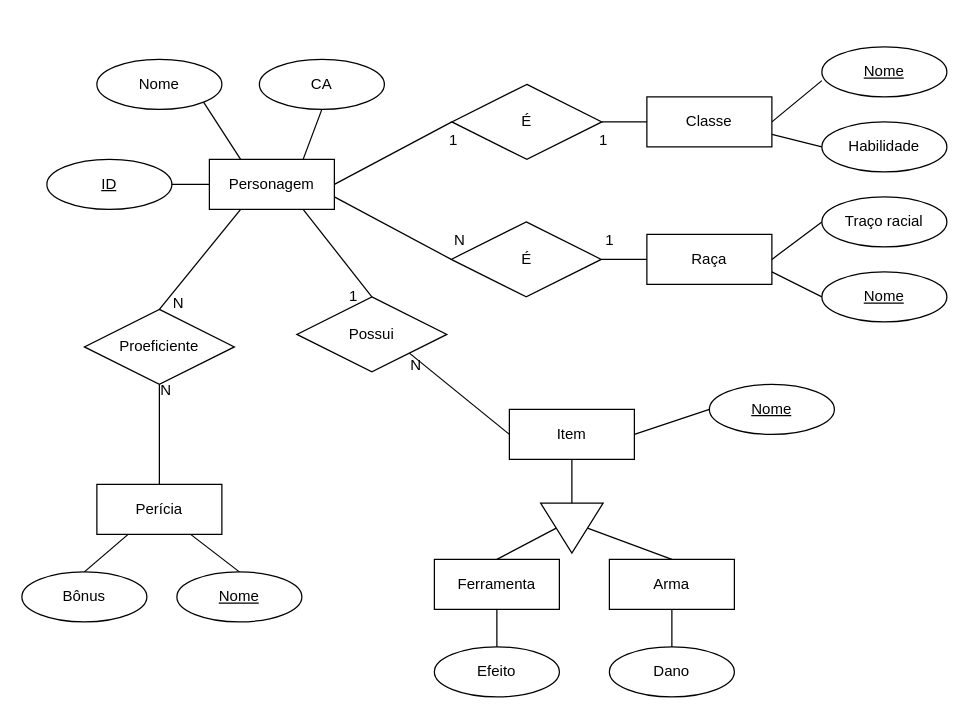
Above: databaseSQL/db.drawio in ArthurOpenheimer/JavaQuest (draw.io), before the change. Source tidied: cells renumbered, new cells numbered last; positions are measured from the earlier drawing's top-left corner, leaving out a move shared by most shapes. Both pictures are drawn from the tidied source at 125%, with x=0, y=0 at pixel (21, 46).
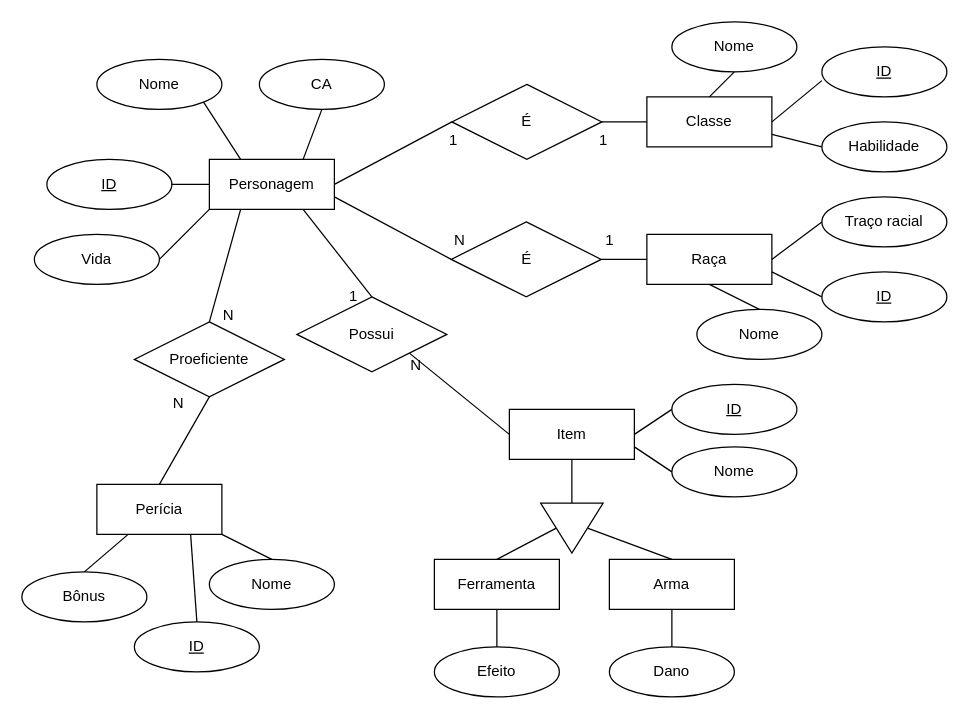
The same diagram, later.

The change refers to these unchanged cells:
```xml
<mxCell id="2" value="Personagem" style="whiteSpace=wrap;html=1;align=center;" parent="1" vertex="1">
  <mxGeometry x="150" y="90" width="100" height="40" as="geometry" />
</mxCell>
<mxCell id="8" value="Classe" style="whiteSpace=wrap;html=1;align=center;" parent="1" vertex="1">
  <mxGeometry x="500" y="40" width="100" height="40" as="geometry" />
</mxCell>
<mxCell id="9" value="Raça" style="whiteSpace=wrap;html=1;align=center;" parent="1" vertex="1">
  <mxGeometry x="500" y="150" width="100" height="40" as="geometry" />
</mxCell>
<mxCell id="16" value="Item" style="whiteSpace=wrap;html=1;align=center;" parent="1" vertex="1">
  <mxGeometry x="390" y="290" width="100" height="40" as="geometry" />
</mxCell>
<mxCell id="22" value="Perícia" style="whiteSpace=wrap;html=1;align=center;" parent="1" vertex="1">
  <mxGeometry x="60" y="350" width="100" height="40" as="geometry" />
</mxCell>
```

The edit, as a diff of the source:
```diff
@@
-    <mxCell id="11" value="Nome" style="ellipse;whiteSpace=wrap;html=1;align=center;fontStyle=4;" parent="1" vertex="1">
+    <mxCell id="11" value="ID" style="ellipse;whiteSpace=wrap;html=1;align=center;fontStyle=4;" parent="1" vertex="1">
       <mxGeometry x="640" y="180" width="100" height="40" as="geometry" />
     </mxCell>
-    <mxCell id="12" value="Nome" style="ellipse;whiteSpace=wrap;html=1;align=center;fontStyle=4;" parent="1" vertex="1">
+    <mxCell id="12" value="ID" style="ellipse;whiteSpace=wrap;html=1;align=center;fontStyle=4;" parent="1" vertex="1">
       <mxGeometry x="640" width="100" height="40" as="geometry" />
     </mxCell>
@@
     <mxCell id="15" value="Proeficiente" style="shape=rhombus;perimeter=rhombusPerimeter;whiteSpace=wrap;html=1;align=center;" parent="1" vertex="1">
-      <mxGeometry x="50" y="210" width="120" height="60" as="geometry" />
+      <mxGeometry x="90" y="220" width="120" height="60" as="geometry" />
     </mxCell>
@@
-    <mxCell id="19" value="Nome" style="ellipse;whiteSpace=wrap;html=1;align=center;fontStyle=4;" parent="1" vertex="1">
-      <mxGeometry x="550" y="270" width="100" height="40" as="geometry" />
+    <mxCell id="19" value="ID" style="ellipse;whiteSpace=wrap;html=1;align=center;fontStyle=4;" parent="1" vertex="1">
+      <mxGeometry x="520" y="270" width="100" height="40" as="geometry" />
     </mxCell>
@@
-    <mxCell id="24" value="Nome" style="ellipse;whiteSpace=wrap;html=1;align=center;fontStyle=4;" parent="1" vertex="1">
-      <mxGeometry x="124" y="420" width="100" height="40" as="geometry" />
+    <mxCell id="24" value="ID" style="ellipse;whiteSpace=wrap;html=1;align=center;fontStyle=4;" parent="1" vertex="1">
+      <mxGeometry x="90" y="460" width="100" height="40" as="geometry" />
     </mxCell>
@@
     <mxCell id="47" value="N" style="text;html=1;align=center;verticalAlign=middle;strokeColor=none;fillColor=none;" parent="1" vertex="1">
-      <mxGeometry x="110" y="190" width="30" height="30" as="geometry" />
+      <mxGeometry x="150" y="200" width="30" height="30" as="geometry" />
     </mxCell>
     <mxCell id="48" value="N" style="text;html=1;align=center;verticalAlign=middle;strokeColor=none;fillColor=none;" parent="1" vertex="1">
-      <mxGeometry x="100" y="260" width="30" height="30" as="geometry" />
+      <mxGeometry x="110" y="270" width="30" height="30" as="geometry" />
     </mxCell>
@@
+    <mxCell id="57" value="Vida" style="ellipse;whiteSpace=wrap;html=1;align=center;" parent="1" vertex="1">
+      <mxGeometry x="10" y="150" width="100" height="40" as="geometry" />
+    </mxCell>
+    <mxCell id="58" style="endArrow=none;html=1;rounded=0;exitX=1;exitY=0.5;exitDx=0;exitDy=0;entryX=0;entryY=1;entryDx=0;entryDy=0;" parent="1" edge="1" source="57" target="2">
+      <mxGeometry relative="1" as="geometry" />
+    </mxCell>
+    <mxCell id="59" value="Nome" style="ellipse;whiteSpace=wrap;html=1;align=center;" parent="1" vertex="1">
+      <mxGeometry x="520" y="-20" width="100" height="40" as="geometry" />
+    </mxCell>
+    <mxCell id="60" style="endArrow=none;html=1;rounded=0;exitX=0.5;exitY=0;exitDx=0;exitDy=0;entryX=0.5;entryY=1;entryDx=0;entryDy=0;" parent="1" edge="1" source="8" target="59">
+      <mxGeometry relative="1" as="geometry" />
+    </mxCell>
+    <mxCell id="61" value="Nome" style="ellipse;whiteSpace=wrap;html=1;align=center;" parent="1" vertex="1">
+      <mxGeometry x="540" y="210" width="100" height="40" as="geometry" />
+    </mxCell>
+    <mxCell id="62" style="endArrow=none;html=1;rounded=0;exitX=0.5;exitY=1;exitDx=0;exitDy=0;entryX=0.5;entryY=0;entryDx=0;entryDy=0;" parent="1" edge="1" source="9" target="61">
+      <mxGeometry relative="1" as="geometry" />
+    </mxCell>
+    <mxCell id="63" value="Nome" style="ellipse;whiteSpace=wrap;html=1;align=center;" parent="1" vertex="1">
+      <mxGeometry x="520" y="320" width="100" height="40" as="geometry" />
+    </mxCell>
+    <mxCell id="64" style="endArrow=none;html=1;rounded=0;exitX=1;exitY=0.75;exitDx=0;exitDy=0;entryX=0;entryY=0.5;entryDx=0;entryDy=0;" parent="1" edge="1" source="16" target="63">
+      <mxGeometry relative="1" as="geometry" />
+    </mxCell>
+    <mxCell id="65" value="Nome" style="ellipse;whiteSpace=wrap;html=1;align=center;" parent="1" vertex="1">
+      <mxGeometry x="150" y="410" width="100" height="40" as="geometry" />
+    </mxCell>
+    <mxCell id="66" style="endArrow=none;html=1;rounded=0;entryX=0.5;entryY=0;entryDx=0;entryDy=0;exitX=1;exitY=1;exitDx=0;exitDy=0;" parent="1" edge="1" source="22" target="65">
+      <mxGeometry relative="1" as="geometry" />
+    </mxCell>
```
